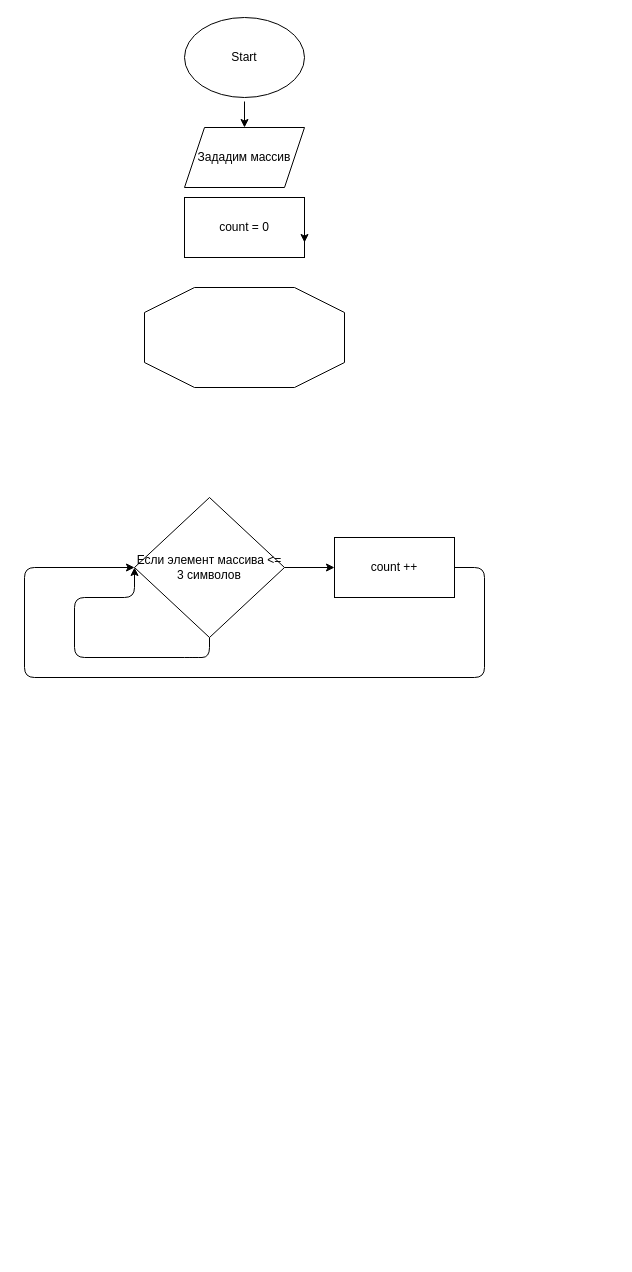
This is Диаграмма.drawio from GushchinaMaria/add_task, a draw.io file, before an edit. Source tidied: cells renumbered, new cells numbered last; positions are measured from the earlier drawing's top-left corner, leaving out a move shared by most shapes. Both pictures are drawn from the tidied source at 100%, with x=0, y=0 at pixel (24, 17).
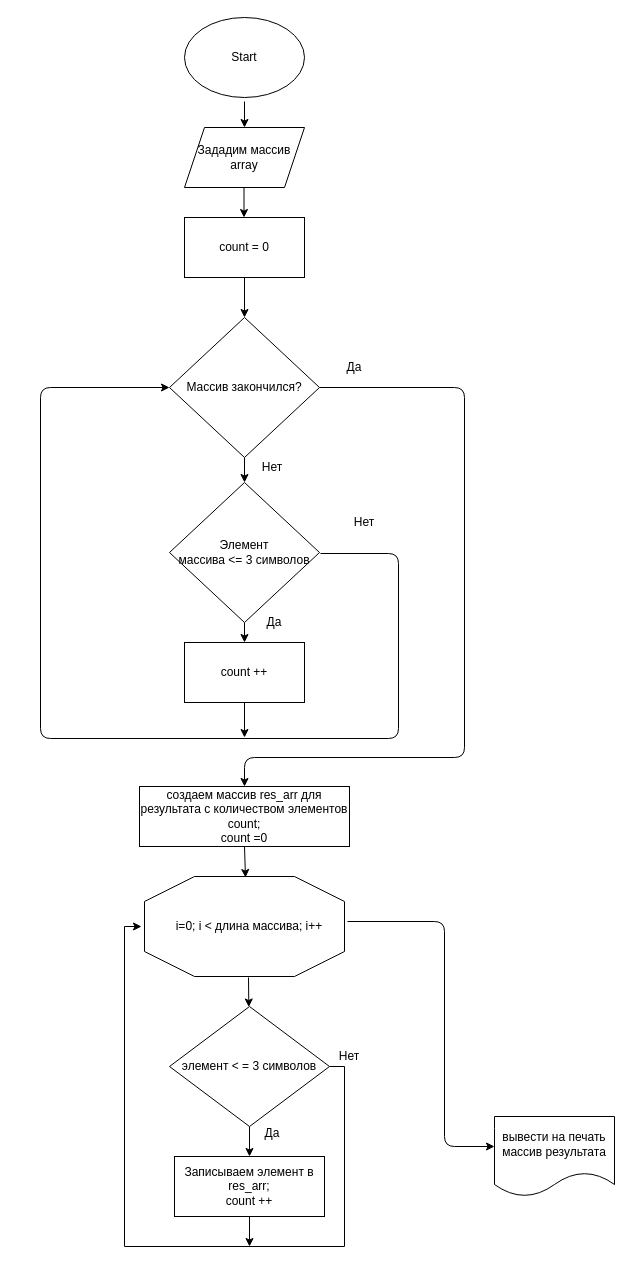
The same page after the edit.

Commit message:
diagramm finished

Change to the diagram source:
```diff
@@
-    <mxCell id="3" value="Зададим массив" style="shape=parallelogram;perimeter=parallelogramPerimeter;whiteSpace=wrap;html=1;fixedSize=1;" parent="1" vertex="1">
+    <mxCell id="3" value="Зададим массив array" style="shape=parallelogram;perimeter=parallelogramPerimeter;whiteSpace=wrap;html=1;fixedSize=1;" parent="1" vertex="1">
       <mxGeometry x="160" y="110" width="120" height="60" as="geometry" />
     </mxCell>
@@
-    <mxCell id="5" value="Если элемент массива &amp;lt;= 3 символов" style="rhombus;whiteSpace=wrap;html=1;" parent="1" vertex="1">
-      <mxGeometry x="110" y="480" width="150" height="140" as="geometry" />
+    <mxCell id="5" value="Элемент &lt;br&gt;массива &amp;lt;= 3 символов" style="rhombus;whiteSpace=wrap;html=1;" parent="1" vertex="1">
+      <mxGeometry x="145" y="465" width="150" height="140" as="geometry" />
     </mxCell>
     <mxCell id="6" value="count = 0" style="rounded=0;whiteSpace=wrap;html=1;" parent="1" vertex="1">
-      <mxGeometry x="160" y="180" width="120" height="60" as="geometry" />
+      <mxGeometry x="160" y="200" width="120" height="60" as="geometry" />
     </mxCell>
     <mxCell id="7" value="count ++" style="rounded=0;whiteSpace=wrap;html=1;" parent="1" vertex="1">
-      <mxGeometry x="310" y="520" width="120" height="60" as="geometry" />
+      <mxGeometry x="160" y="625" width="120" height="60" as="geometry" />
     </mxCell>
-    <mxCell id="8" style="endArrow=classic;html=1;exitX=0.5;exitY=1;exitDx=0;exitDy=0;edgeStyle=orthogonalEdgeStyle;entryX=0;entryY=0.5;entryDx=0;entryDy=0;" parent="1" edge="1" source="5" target="5">
-      <mxGeometry relative="1" as="geometry">
-        <Array as="points">
-          <mxPoint x="170" y="640" />
-          <mxPoint x="50" y="640" />
-          <mxPoint x="50" y="580" />
-          <mxPoint x="95" y="580" />
-        </Array>
-      </mxGeometry>
-    </mxCell>
+    <mxCell id="12" style="verticalLabelPosition=bottom;verticalAlign=top;html=1;shape=mxgraph.basic.polygon;polyCoords=[[0.25,0],[0.75,0],[1,0.25],[1,0.75],[0.75,1],[0.25,1],[0,0.75],[0,0.25]];polyline=0;" parent="1" vertex="1">
+      <mxGeometry x="120" y="859" width="200" height="100" as="geometry" />
+    </mxCell>
+    <mxCell id="13" style="endArrow=classic;html=1;edgeStyle=orthogonalEdgeStyle;exitX=0.967;exitY=0.5;exitDx=0;exitDy=0;exitPerimeter=0;entryX=0;entryY=0.5;entryDx=0;entryDy=0;" parent="1" edge="1" target="30">
+      <mxGeometry relative="1" as="geometry">
+        <mxPoint x="296" y="536" as="sourcePoint" />
+        <Array as="points">
+          <mxPoint x="374" y="536" />
+          <mxPoint x="374" y="721" />
+          <mxPoint x="16" y="721" />
+          <mxPoint x="16" y="370" />
+        </Array>
+      </mxGeometry>
+    </mxCell>
+    <mxCell id="14" style="endArrow=classic;html=1;" parent="1" edge="1">
+      <mxGeometry relative="1" as="geometry">
+        <mxPoint x="220" y="260" as="sourcePoint" />
+        <mxPoint x="220" y="300" as="targetPoint" />
+      </mxGeometry>
+    </mxCell>
-    <mxCell id="9" style="endArrow=classic;html=1;exitX=1;exitY=0.5;exitDx=0;exitDy=0;entryX=0;entryY=0.5;entryDx=0;entryDy=0;" parent="1" edge="1" source="5" target="7">
+    <mxCell id="9" style="endArrow=classic;html=1;exitX=0.5;exitY=1;exitDx=0;exitDy=0;entryX=0.5;entryY=0;entryDx=0;entryDy=0;" parent="1" edge="1" source="5" target="7">
       <mxGeometry relative="1" as="geometry" />
     </mxCell>
-    <mxCell id="10" style="endArrow=classic;html=1;exitX=1;exitY=0.5;exitDx=0;exitDy=0;edgeStyle=orthogonalEdgeStyle;entryX=0;entryY=0.5;entryDx=0;entryDy=0;" parent="1" edge="1" source="7" target="5">
-      <mxGeometry relative="1" as="geometry">
-        <Array as="points">
-          <mxPoint x="460" y="550" />
-          <mxPoint x="460" y="660" />
-          <mxPoint y="660" />
-          <mxPoint y="550" />
-        </Array>
-      </mxGeometry>
-    </mxCell>
-    <mxCell id="11" style="edgeStyle=orthogonalEdgeStyle;rounded=0;orthogonalLoop=1;jettySize=auto;html=1;exitX=1;exitY=0.5;exitDx=0;exitDy=0;entryX=1;entryY=0.75;entryDx=0;entryDy=0;" parent="1" edge="1" source="6" target="6">
-      <mxGeometry relative="1" as="geometry" />
-    </mxCell>
-    <mxCell id="12" style="verticalLabelPosition=bottom;verticalAlign=top;html=1;shape=mxgraph.basic.polygon;polyCoords=[[0.25,0],[0.75,0],[1,0.25],[1,0.75],[0.75,1],[0.25,1],[0,0.75],[0,0.25]];polyline=0;" parent="1" vertex="1">
-      <mxGeometry x="120" y="270" width="200" height="100" as="geometry" />
-    </mxCell>
+    <mxCell id="15" value="создаем массив res_arr для результата с количеством элементов count; &lt;br&gt;count =0" style="rounded=0;whiteSpace=wrap;html=1;" parent="1" vertex="1">
+      <mxGeometry x="115" y="769" width="210" height="60" as="geometry" />
+    </mxCell>
+    <mxCell id="16" value="i=0; i &amp;lt; длина массива; i++" style="text;html=1;strokeColor=none;fillColor=none;align=center;verticalAlign=middle;whiteSpace=wrap;rounded=0;" parent="1" vertex="1">
+      <mxGeometry x="140" y="889" width="170" height="40" as="geometry" />
+    </mxCell>
+    <mxCell id="17" value="Записываем элемент в res_arr;&lt;br&gt;count ++" style="rounded=0;whiteSpace=wrap;html=1;" parent="1" vertex="1">
+      <mxGeometry x="150" y="1139" width="150" height="60" as="geometry" />
+    </mxCell>
+    <mxCell id="18" value="элемент &amp;lt; = 3 символов" style="rhombus;whiteSpace=wrap;html=1;" parent="1" vertex="1">
+      <mxGeometry x="145" y="989" width="160" height="120" as="geometry" />
+    </mxCell>
+    <mxCell id="19" value="Да" style="text;html=1;strokeColor=none;fillColor=none;align=center;verticalAlign=middle;whiteSpace=wrap;rounded=0;" parent="1" vertex="1">
+      <mxGeometry x="230" y="595" width="40" height="20" as="geometry" />
+    </mxCell>
+    <mxCell id="20" value="Нет" style="text;html=1;strokeColor=none;fillColor=none;align=center;verticalAlign=middle;whiteSpace=wrap;rounded=0;" parent="1" vertex="1">
+      <mxGeometry x="320" y="495" width="40" height="20" as="geometry" />
+    </mxCell>
+    <mxCell id="21" style="edgeStyle=orthogonalEdgeStyle;rounded=0;jettySize=auto;html=1;entryX=-0.015;entryY=0.5;entryDx=0;entryDy=0;exitX=1;exitY=0.5;exitDx=0;exitDy=0;entryPerimeter=0;" parent="1" edge="1" source="18" target="12">
+      <mxGeometry relative="1" as="geometry">
+        <Array as="points">
+          <mxPoint x="320" y="1049" />
+          <mxPoint x="320" y="1229" />
+          <mxPoint x="100" y="1229" />
+          <mxPoint x="100" y="909" />
+        </Array>
+      </mxGeometry>
+    </mxCell>
+    <mxCell id="22" value="Нет" style="text;html=1;strokeColor=none;fillColor=none;align=center;verticalAlign=middle;whiteSpace=wrap;rounded=0;" parent="1" vertex="1">
+      <mxGeometry x="305" y="1029" width="40" height="20" as="geometry" />
+    </mxCell>
+    <mxCell id="23" value="Да" style="text;html=1;strokeColor=none;fillColor=none;align=center;verticalAlign=middle;whiteSpace=wrap;rounded=0;" parent="1" vertex="1">
+      <mxGeometry x="228" y="1106" width="40" height="20" as="geometry" />
+    </mxCell>
+    <mxCell id="24" value="вывести на печать массив результата" style="shape=document;whiteSpace=wrap;html=1;boundedLbl=1;" parent="1" vertex="1">
+      <mxGeometry x="470" y="1099" width="120" height="80" as="geometry" />
+    </mxCell>
+    <mxCell id="25" style="endArrow=classic;html=1;exitX=1.015;exitY=0.45;exitDx=0;exitDy=0;exitPerimeter=0;edgeStyle=orthogonalEdgeStyle;" parent="1" edge="1" source="12">
+      <mxGeometry relative="1" as="geometry">
+        <mxPoint x="470" y="1129" as="targetPoint" />
+        <Array as="points">
+          <mxPoint x="420" y="904" />
+          <mxPoint x="420" y="1129" />
+        </Array>
+      </mxGeometry>
+    </mxCell>
+    <mxCell id="26" style="endArrow=classic;html=1;entryX=0.5;entryY=0;entryDx=0;entryDy=0;" parent="1" edge="1">
+      <mxGeometry relative="1" as="geometry">
+        <mxPoint x="219.5" y="170" as="sourcePoint" />
+        <mxPoint x="219.5" y="200" as="targetPoint" />
+      </mxGeometry>
+    </mxCell>
+    <mxCell id="27" style="endArrow=classic;html=1;" parent="1" edge="1" target="18">
+      <mxGeometry relative="1" as="geometry">
+        <mxPoint x="224" y="960" as="sourcePoint" />
+      </mxGeometry>
+    </mxCell>
+    <mxCell id="28" style="endArrow=classic;html=1;exitX=0.5;exitY=1;exitDx=0;exitDy=0;entryX=0.5;entryY=0;entryDx=0;entryDy=0;" parent="1" edge="1" source="18" target="17">
+      <mxGeometry relative="1" as="geometry" />
+    </mxCell>
+    <mxCell id="29" style="endArrow=classic;html=1;exitX=0.5;exitY=1;exitDx=0;exitDy=0;" parent="1" edge="1" source="17">
+      <mxGeometry relative="1" as="geometry">
+        <mxPoint x="225" y="1229" as="targetPoint" />
+      </mxGeometry>
+    </mxCell>
+    <mxCell id="30" value="Массив закончился?" style="rhombus;whiteSpace=wrap;html=1;" parent="1" vertex="1">
+      <mxGeometry x="145" y="300" width="150" height="140" as="geometry" />
+    </mxCell>
+    <mxCell id="31" style="endArrow=classic;html=1;exitX=1;exitY=0.5;exitDx=0;exitDy=0;edgeStyle=orthogonalEdgeStyle;entryX=0.5;entryY=0;entryDx=0;entryDy=0;" parent="1" edge="1" source="30" target="15">
+      <mxGeometry relative="1" as="geometry">
+        <Array as="points">
+          <mxPoint x="440" y="370" />
+          <mxPoint x="440" y="740" />
+          <mxPoint x="220" y="740" />
+        </Array>
+      </mxGeometry>
+    </mxCell>
+    <mxCell id="32" value="Нет" style="text;html=1;strokeColor=none;fillColor=none;align=center;verticalAlign=middle;whiteSpace=wrap;rounded=0;" parent="1" vertex="1">
+      <mxGeometry x="228" y="440" width="40" height="20" as="geometry" />
+    </mxCell>
+    <mxCell id="33" style="endArrow=classic;html=1;exitX=0.5;exitY=1;exitDx=0;exitDy=0;entryX=0.5;entryY=0;entryDx=0;entryDy=0;" parent="1" edge="1" source="30" target="5">
+      <mxGeometry relative="1" as="geometry" />
+    </mxCell>
+    <mxCell id="34" value="Да" style="text;html=1;strokeColor=none;fillColor=none;align=center;verticalAlign=middle;whiteSpace=wrap;rounded=0;" parent="1" vertex="1">
+      <mxGeometry x="310" y="340" width="40" height="20" as="geometry" />
+    </mxCell>
+    <mxCell id="35" style="endArrow=classic;html=1;exitX=0.5;exitY=1;exitDx=0;exitDy=0;" parent="1" edge="1" source="7">
+      <mxGeometry relative="1" as="geometry">
+        <mxPoint x="220" y="720" as="targetPoint" />
+      </mxGeometry>
+    </mxCell>
+    <mxCell id="36" style="endArrow=classic;html=1;exitX=0.5;exitY=1;exitDx=0;exitDy=0;entryX=0.505;entryY=0.01;entryDx=0;entryDy=0;entryPerimeter=0;" parent="1" edge="1" source="15" target="12">
+      <mxGeometry relative="1" as="geometry" />
+    </mxCell>
```
